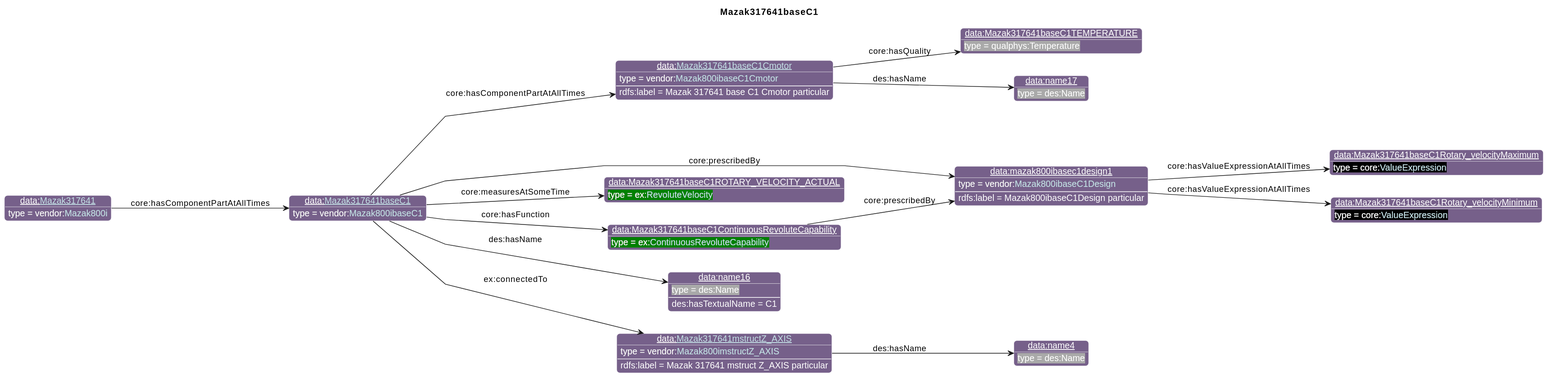
Earlier version of the PlantUML export diagrams/Mazak317641baseC1.svg (iofoundry/example-syseng-mtconnect).
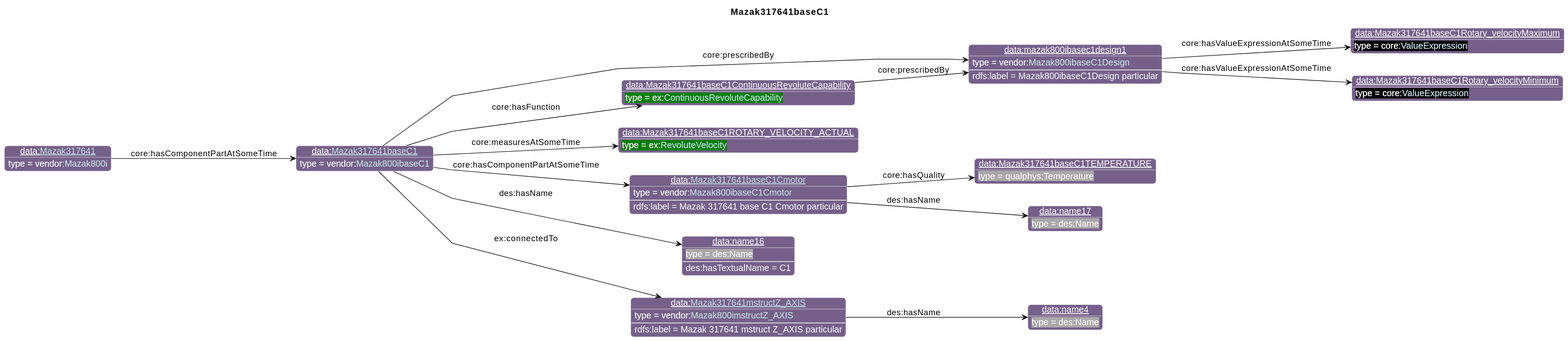
The same diagram one commit later.

Diff of the diagram source:
```diff
@@ -26,33 +26,33 @@
                       "qp":"641B2E"
       }
 individual(o0, data:[[./Mazak317641baseC1.html Mazak317641baseC1]], vendor:[[../Mazak.html#Mazak800ibaseC1 Mazak800ibaseC1]])
-individual(o1, data:[[./Mazak317641baseC1Cmotor.html Mazak317641baseC1Cmotor]], vendor:[[../Mazak.html#Mazak800ibaseC1Cmotor Mazak800ibaseC1Cmotor]])
-individual(o2, data:Mazak317641baseC1TEMPERATURE, qualphys:Temperature)
-individual(o3, data:name17, des:Name)
-individual(o4, data:mazak800ibasec1design1, vendor:[[../Mazak.html#Mazak800ibaseC1Design Mazak800ibaseC1Design]])
-individual(o5, data:Mazak317641baseC1Rotary_velocityMaximum, core:[[https://spec.industrialontologies.org/ontology/core/Core/ValueExpression ValueExpression]])
-individual(o6, data:Mazak317641baseC1Rotary_velocityMinimum, core:[[https://spec.industrialontologies.org/ontology/core/Core/ValueExpression ValueExpression]])
-individual(o7, data:Mazak317641baseC1ROTARY_VELOCITY_ACTUAL, ex:[[../Example.html#RevoluteVelocity RevoluteVelocity]])
+individual(o1, data:mazak800ibasec1design1, vendor:[[../Mazak.html#Mazak800ibaseC1Design Mazak800ibaseC1Design]])
+individual(o2, data:Mazak317641baseC1Rotary_velocityMaximum, core:[[https://spec.industrialontologies.org/ontology/core/Core/ValueExpression ValueExpression]])
+individual(o3, data:Mazak317641baseC1Rotary_velocityMinimum, core:[[https://spec.industrialontologies.org/ontology/core/Core/ValueExpression ValueExpression]])
+individual(o4, data:Mazak317641baseC1ROTARY_VELOCITY_ACTUAL, ex:[[../Example.html#RevoluteVelocity RevoluteVelocity]])
+individual(o5, data:[[./Mazak317641baseC1Cmotor.html Mazak317641baseC1Cmotor]], vendor:[[../Mazak.html#Mazak800ibaseC1Cmotor Mazak800ibaseC1Cmotor]])
+individual(o6, data:Mazak317641baseC1TEMPERATURE, qualphys:Temperature)
+individual(o7, data:name17, des:Name)
 individual(o8, data:Mazak317641baseC1ContinuousRevoluteCapability, ex:[[../Example.html#ContinuousRevoluteCapability ContinuousRevoluteCapability]])
 individual(o9, data:name16, des:Name)
 individual(o10, data:[[./Mazak317641mstructZ_AXIS.html Mazak317641mstructZ_AXIS]], vendor:[[../Mazak.html#Mazak800imstructZ_AXIS Mazak800imstructZ_AXIS]])
 individual(o11, data:name4, des:Name)
 individual(o12, data:[[./Mazak317641.html Mazak317641]], vendor:[[../Mazak.html#Mazak800i Mazak800i]])
-property(o0, "core:hasComponentPartAtAllTimes", o1)
-data(o1, "rdfs:label", "Mazak 317641 base C1 Cmotor particular")
-property(o1, "core:hasQuality", o2)
-property(o1, "des:hasName", o3)
-property(o0, "core:prescribedBy", o4)
-data(o4, "rdfs:label", "Mazak800ibaseC1Design particular")
-property(o4, "core:hasValueExpressionAtAllTimes", o5)
-property(o4, "core:hasValueExpressionAtAllTimes", o6)
-property(o0, "core:measuresAtSomeTime", o7)
+property(o0, "core:prescribedBy", o1)
+data(o1, "rdfs:label", "Mazak800ibaseC1Design particular")
+property(o1, "core:hasValueExpressionAtSomeTime", o2)
+property(o1, "core:hasValueExpressionAtSomeTime", o3)
+property(o0, "core:measuresAtSomeTime", o4)
+property(o0, "core:hasComponentPartAtSomeTime", o5)
+data(o5, "rdfs:label", "Mazak 317641 base C1 Cmotor particular")
+property(o5, "core:hasQuality", o6)
+property(o5, "des:hasName", o7)
 property(o0, "core:hasFunction", o8)
-property(o8, "core:prescribedBy", o4)
+property(o8, "core:prescribedBy", o1)
 property(o0, "des:hasName", o9)
 data(o9, "des:hasTextualName", "C1")
 property(o0, "ex:connectedTo", o10)
 data(o10, "rdfs:label", "Mazak 317641 mstruct Z_AXIS particular")
 property(o10, "des:hasName", o11)
-property(o12, "core:hasComponentPartAtAllTimes", o0)
+property(o12, "core:hasComponentPartAtSomeTime", o0)
 @enduml
```
